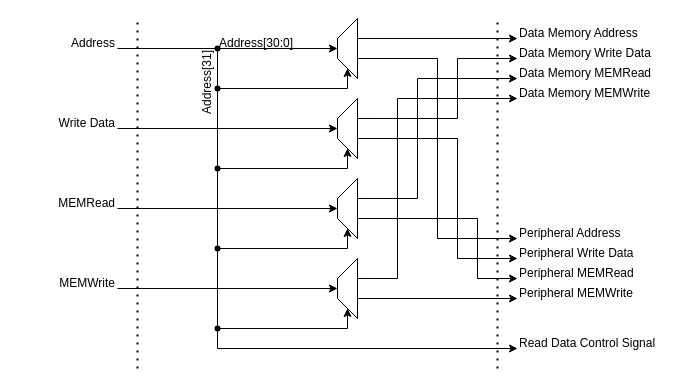
WachirawichN/C0-CPU keeps this draw.io diagram as page "Address Decoder" (10 of 11) of docs/imgs/hardware_design/Component.drawio. Above is the earlier version. Source tidied: cells renumbered, new cells numbered last; positions are measured from the earlier drawing's top-left corner, leaving out a move shared by most shapes. Both pictures are drawn from the tidied source at 100%, with x=0, y=0 at pixel (17, 18).
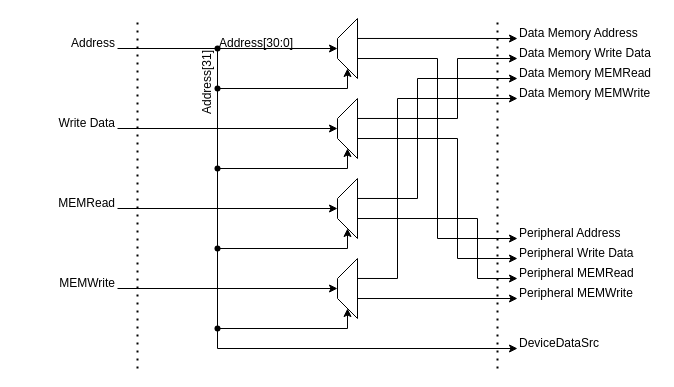
After the change.

The edit, as a diff of the source:
```diff
@@
-    <mxCell id="44" value="Read Data Control Signal" style="text;html=1;whiteSpace=wrap;strokeColor=none;fillColor=none;align=left;verticalAlign=middle;rounded=0;" parent="1" vertex="1">
+    <mxCell id="44" value="DeviceDataSrc" style="text;html=1;whiteSpace=wrap;strokeColor=none;fillColor=none;align=left;verticalAlign=middle;rounded=0;" parent="1" vertex="1">
       <mxGeometry x="500" y="320" width="140" height="10" as="geometry" />
     </mxCell>
```
